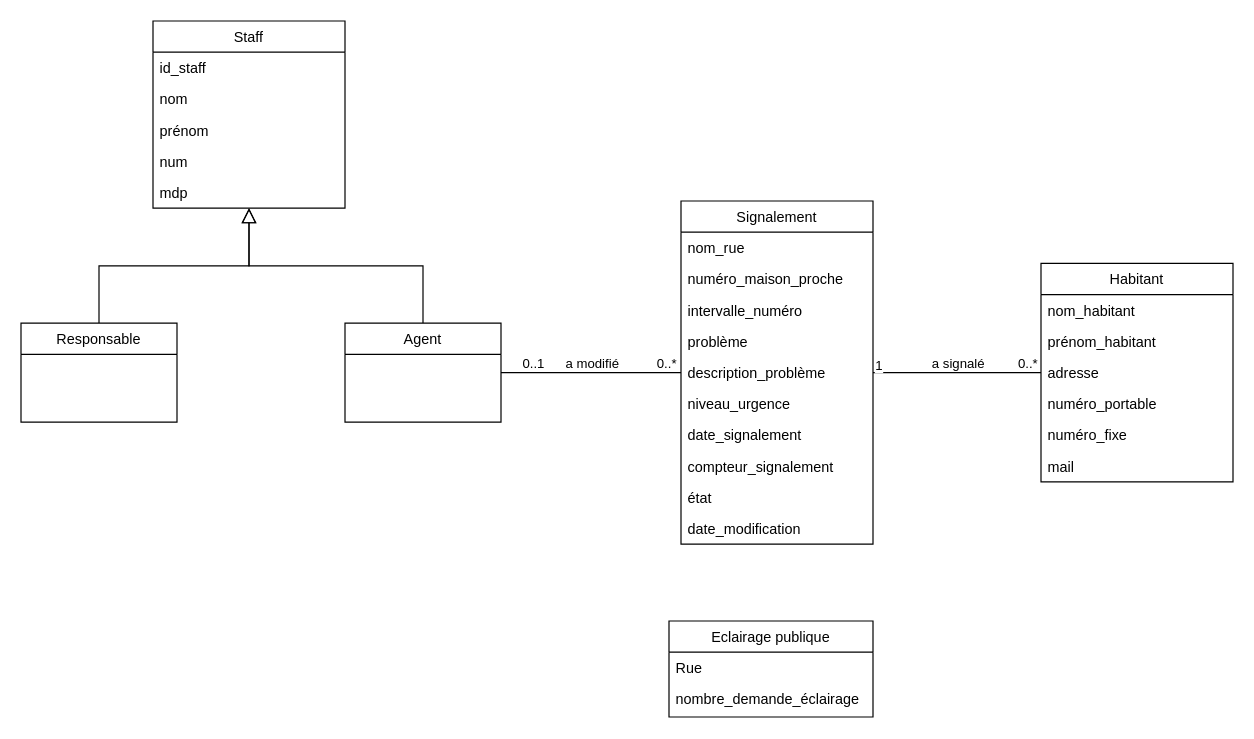
Before: projet_v2.drawio in Igniiis/CSI_Projet, a draw.io diagram. Source tidied: cells renumbered, new cells numbered last; positions are measured from the earlier drawing's top-left corner, leaving out a move shared by most shapes. Both pictures are drawn from the tidied source at 120%, with x=0, y=0 at pixel (20, 20).
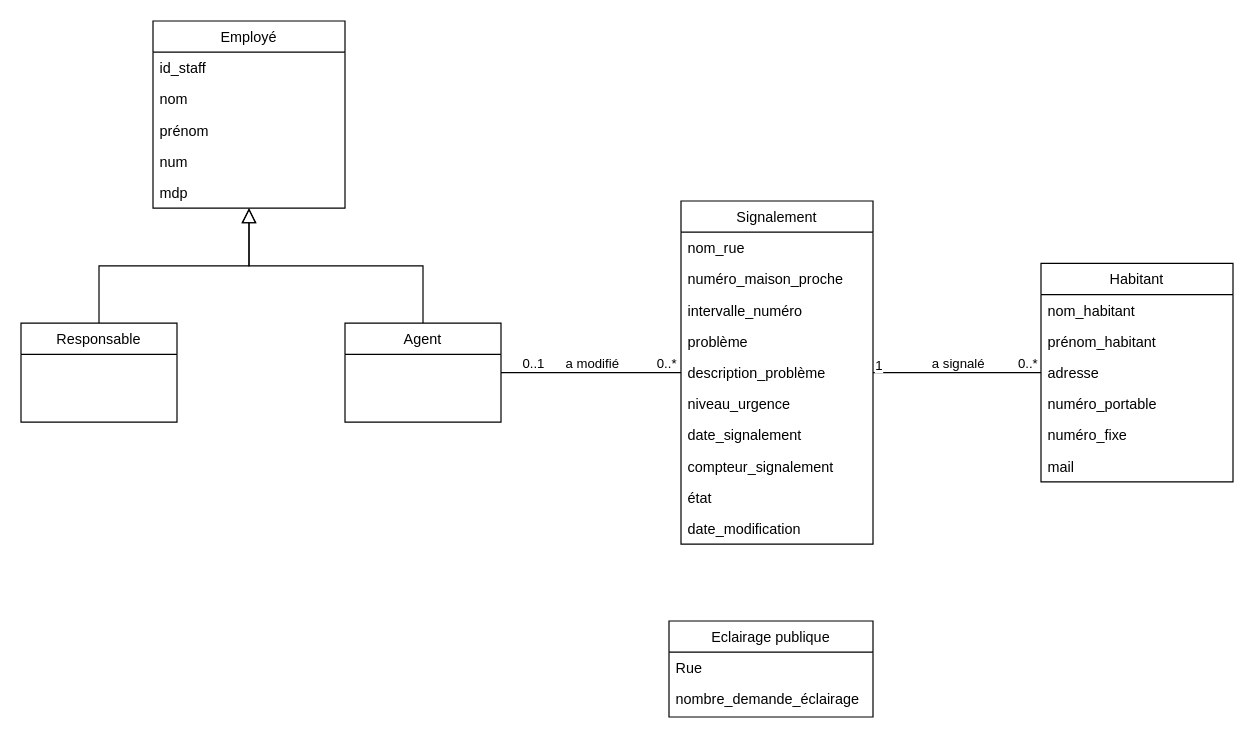
The same page after the edit.

Commit message:
Mettre à jour projet_v2.drawio

The edit, as a diff of the source:
```diff
@@
-    <mxCell id="33" value="Staff" style="swimlane;fontStyle=0;align=center;verticalAlign=top;horizontal=1;startSize=26;rounded=0;shadow=0;strokeWidth=1;" parent="1" vertex="1">
+    <mxCell id="33" value="Employé" style="swimlane;fontStyle=0;align=center;verticalAlign=top;horizontal=1;startSize=26;rounded=0;shadow=0;strokeWidth=1;" parent="1" vertex="1">
       <mxGeometry x="110" width="160" height="156" as="geometry" />
     </mxCell>
```
